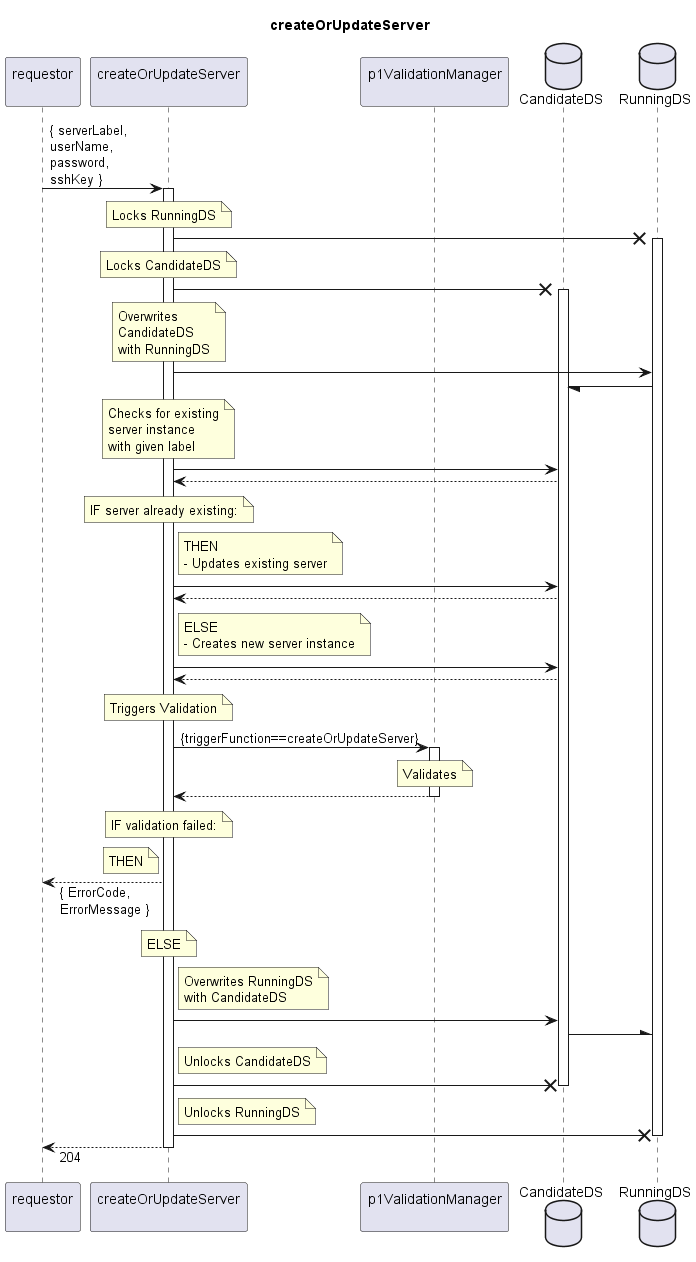
Earlier version of the PlantUML export spec/Services/createOrUpdateServer/1.0.0/createOrUpdateServer.png (openBackhaul/FirmWareManager).
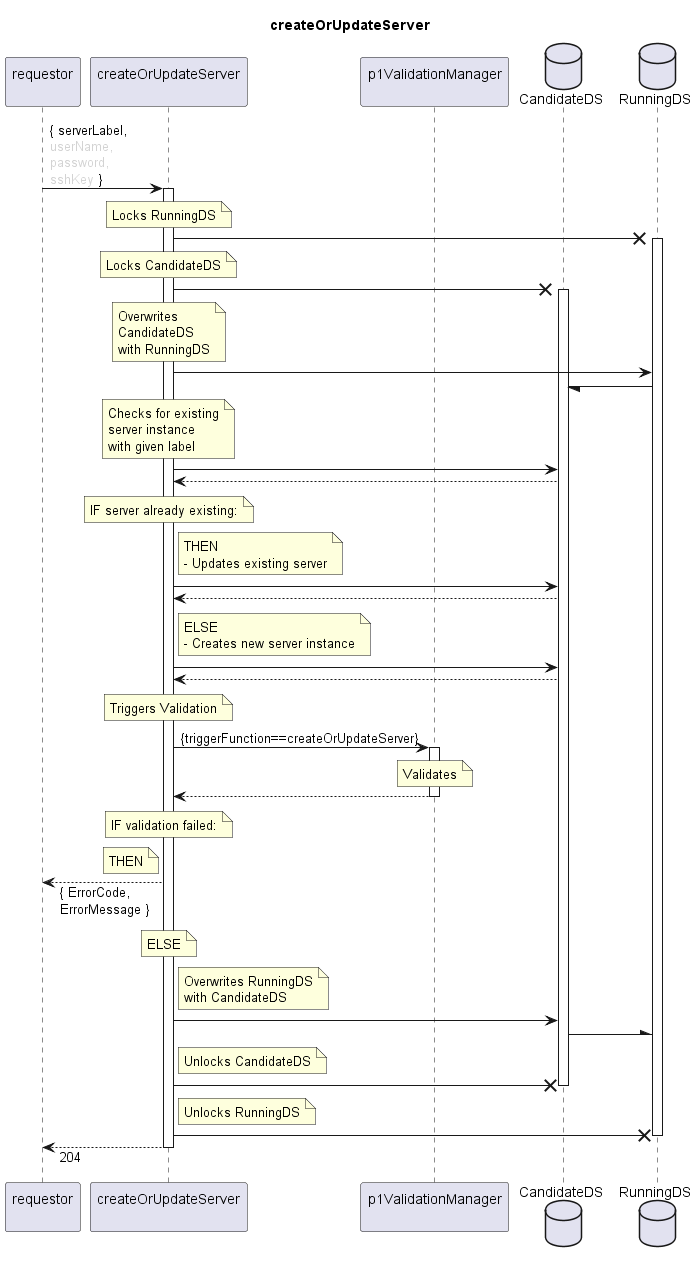
Later version of the same file.

The edit, as a diff of the source:
```diff
@@ -11,7 +11,7 @@
 database "CandidateDS" as CanDS
 database "RunningDS" as RunDS
 
-requestor -> couServer: { serverLabel,\nuserName,\npassword,\nsshKey }
+requestor -> couServer: { serverLabel,\n<color:LightGray>userName,\n<color:LightGray>password,\n<color:LightGray>sshKey</color> }
 activate couServer
 
   note over couServer
```
